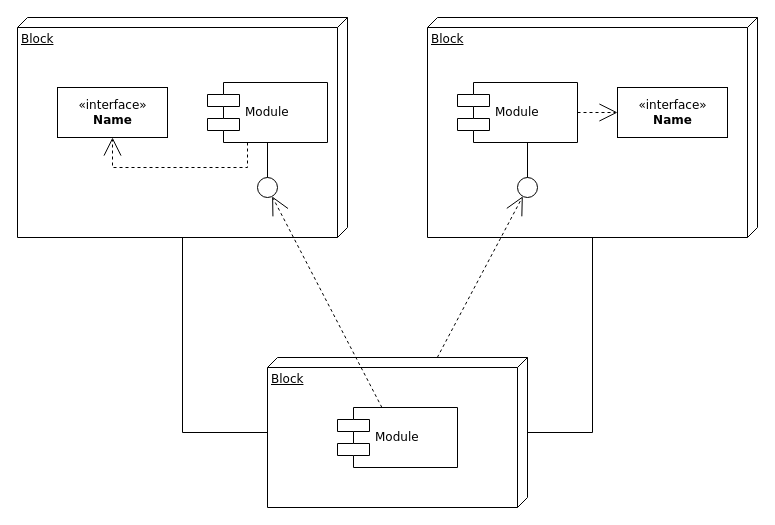
Above: Unbenanntes Diagramm.drawio in DavidTielke/davidtielke.github.io (draw.io), before the change. Source tidied: cells renumbered, new cells numbered last; positions are measured from the earlier drawing's top-left corner, leaving out a move shared by most shapes. Both pictures are drawn from the tidied source at 100%, with x=0, y=0 at pixel (17, 17).
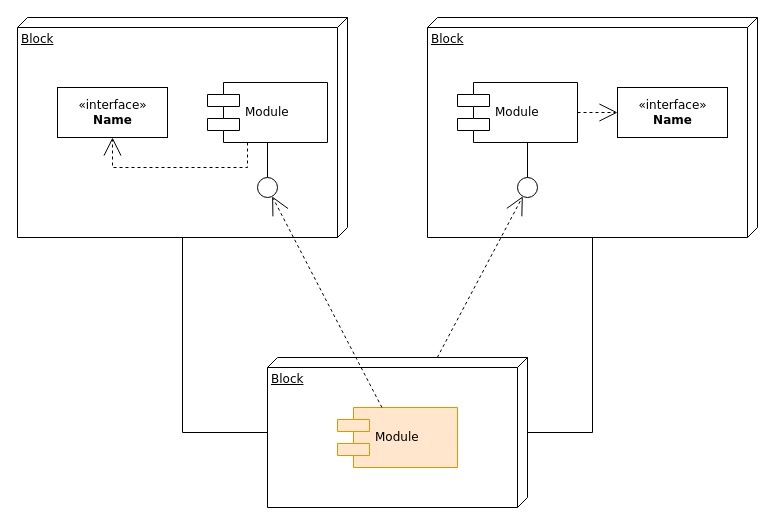
Above is the later version.

What changed in the source:
```diff
@@
-    <mxCell id="11" value="Module" style="shape=component;align=left;spacingLeft=36;rounded=0;shadow=0;comic=0;labelBackgroundColor=none;strokeColor=#000000;strokeWidth=1;fillColor=#ffffff;fontFamily=Verdana;fontSize=12;fontColor=#000000;html=1;" parent="1" vertex="1">
+    <mxCell id="11" value="Module" style="shape=component;align=left;spacingLeft=36;rounded=0;shadow=0;comic=0;labelBackgroundColor=none;strokeColor=#d79b00;strokeWidth=1;fillColor=#ffe6cc;fontFamily=Verdana;fontSize=12;html=1;" parent="1" vertex="1">
       <mxGeometry x="320" y="390" width="120" height="60" as="geometry" />
     </mxCell>
```
